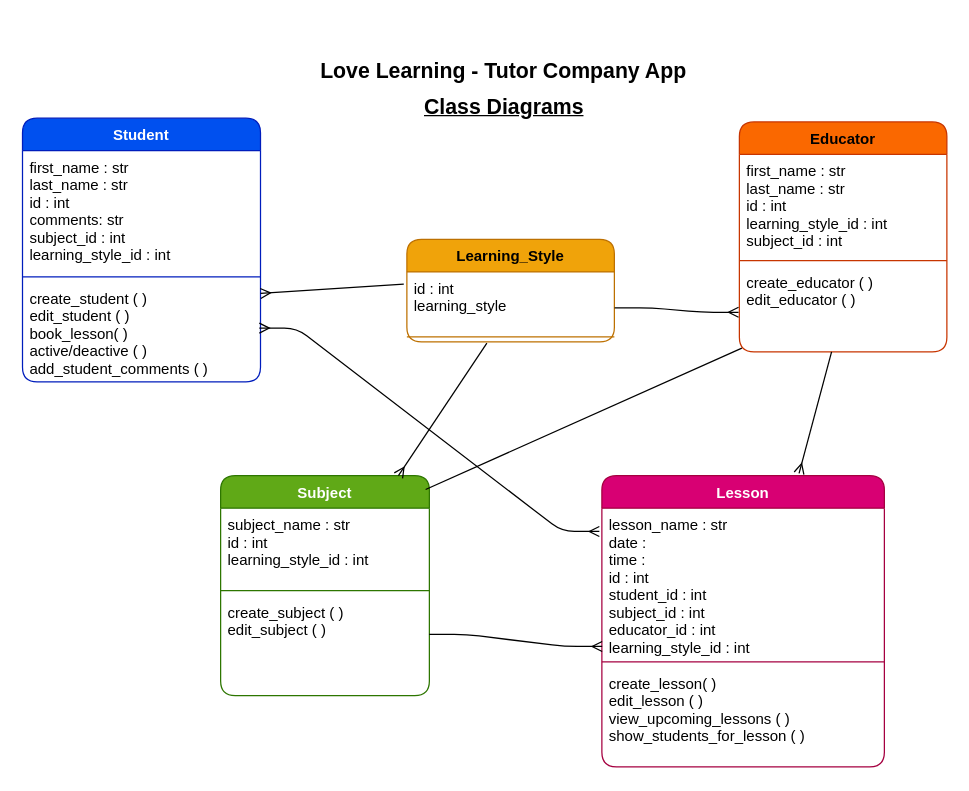
Before: Planning/class_diagrams.drawio in SdcBartram/LoveLearning_Tutor_Company_Project, a draw.io diagram. Source tidied: cells renumbered, new cells numbered last; positions are measured from the earlier drawing's top-left corner, leaving out a move shared by most shapes. Both pictures are drawn from the tidied source at 125%, with x=0, y=0 at pixel (22, 21).
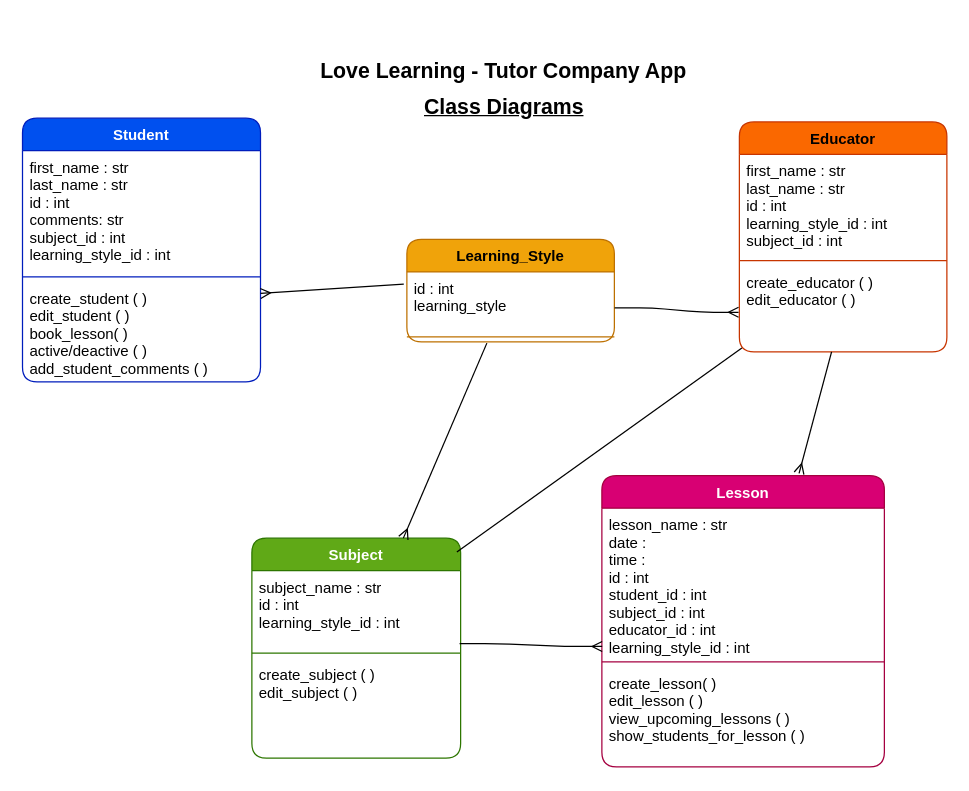
The same diagram, later.

Unchanged cells that the change refers to:
```xml
<mxCell id="5" value="create_student ( )&#10;edit_student ( )&#10;book_lesson( )&#10;active/deactive ( )&#10;add_student_comments ( )&#10;" style="text;strokeColor=none;fillColor=none;align=left;verticalAlign=top;spacingLeft=4;spacingRight=4;overflow=hidden;points=[[0,0.5],[1,0.5]];portConstraint=eastwest;rounded=1;fontColor=#000000;" parent="2" vertex="1">
  <mxGeometry y="131" width="190.4" height="80" as="geometry" />
</mxCell>
<mxCell id="9" value="subject_name : str&#10;id : int&#10;learning_style_id : int" style="text;strokeColor=none;fillColor=none;align=left;verticalAlign=top;spacingLeft=4;spacingRight=4;overflow=hidden;points=[[0,0.5],[1,0.5]];portConstraint=eastwest;rounded=1;fontColor=#000000;" parent="8" vertex="1">
  <mxGeometry y="26" width="167" height="62" as="geometry" />
</mxCell>
<mxCell id="11" value="create_subject ( )&#10;edit_subject ( )&#10;" style="text;strokeColor=none;fillColor=none;align=left;verticalAlign=top;spacingLeft=4;spacingRight=4;overflow=hidden;points=[[0,0.5],[1,0.5]];portConstraint=eastwest;rounded=1;fontColor=#000000;" parent="8" vertex="1">
  <mxGeometry y="96" width="167" height="80" as="geometry" />
</mxCell>
<mxCell id="17" value="lesson_name : str&#10;date : &#10;time : &#10;id : int&#10;student_id : int&#10;subject_id : int&#10;educator_id : int&#10;learning_style_id : int&#10;" style="text;strokeColor=none;fillColor=none;align=left;verticalAlign=top;spacingLeft=4;spacingRight=4;overflow=hidden;points=[[0,0.5],[1,0.5]];portConstraint=eastwest;rounded=1;fontColor=#000000;" parent="16" vertex="1">
  <mxGeometry y="26" width="226" height="119" as="geometry" />
</mxCell>
```

Change to the diagram source:
```diff
@@
     <mxCell id="8" value="Subject" style="swimlane;fontStyle=1;align=center;verticalAlign=top;horizontal=1;startSize=26;rounded=1;fontColor=#ffffff;fillColor=#60a917;strokeColor=#2D7600;" parent="1" vertex="1">
-      <mxGeometry x="158" y="363" width="167" height="176" as="geometry" />
+      <mxGeometry x="183" y="413" width="167" height="176" as="geometry" />
     </mxCell>
@@
-    <mxCell id="28" style="edgeStyle=entityRelationEdgeStyle;html=1;fontSize=17;endArrow=ERmany;endFill=0;startArrow=ERmany;startFill=0;entryX=-0.009;entryY=0.157;entryDx=0;entryDy=0;entryPerimeter=0;exitX=0.995;exitY=0.462;exitDx=0;exitDy=0;exitPerimeter=0;fontColor=#000000;strokeColor=#000000;" parent="1" edge="1" source="5" target="17">
-      <mxGeometry relative="1" as="geometry" />
-    </mxCell>
-    <mxCell id="29" style="edgeStyle=entityRelationEdgeStyle;html=1;entryX=0.001;entryY=0.93;entryDx=0;entryDy=0;entryPerimeter=0;fontSize=17;startArrow=none;startFill=0;endArrow=ERmany;endFill=0;exitX=0.999;exitY=0.388;exitDx=0;exitDy=0;exitPerimeter=0;fontColor=#000000;strokeColor=#000000;" parent="1" edge="1" source="11" target="17">
+    <mxCell id="29" style="edgeStyle=entityRelationEdgeStyle;html=1;entryX=0.001;entryY=0.93;entryDx=0;entryDy=0;entryPerimeter=0;fontSize=17;startArrow=none;startFill=0;endArrow=ERmany;endFill=0;exitX=0.995;exitY=0.941;exitDx=0;exitDy=0;exitPerimeter=0;fontColor=#000000;strokeColor=#000000;" parent="1" edge="1" source="9" target="17">
       <mxGeometry relative="1" as="geometry" />
     </mxCell>
```
